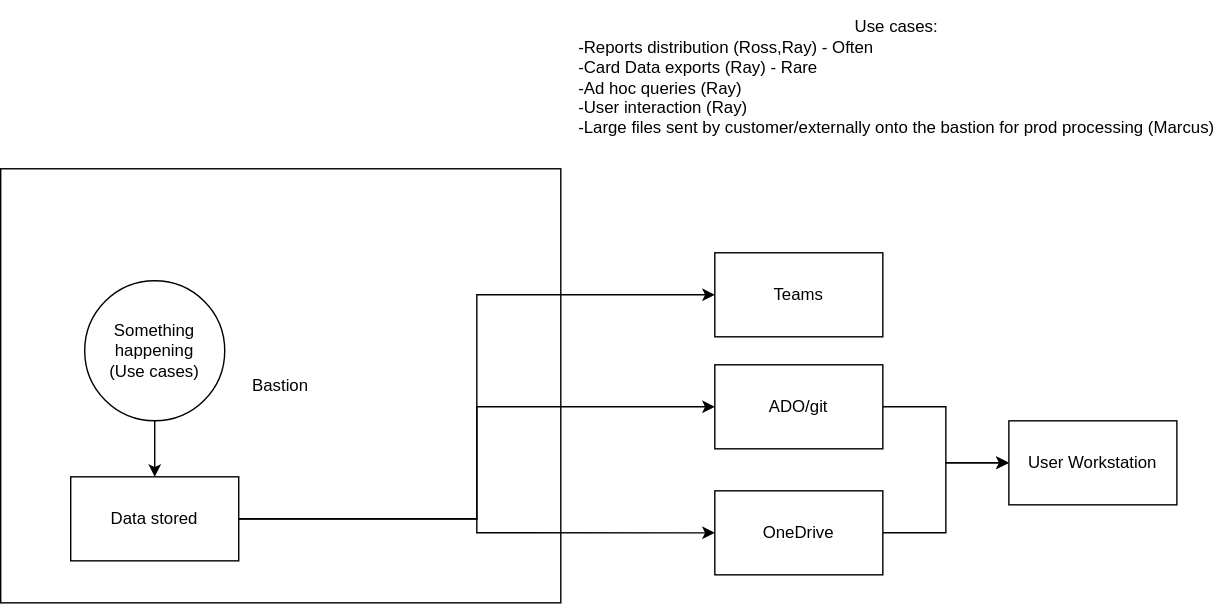
The draw.io diagram SharedData.svg in vjavle/invoicecloud, before a commit. Source tidied: cells renumbered, new cells last; positions are measured from the earlier drawing's top-left corner, leaving out a move shared by most shapes.
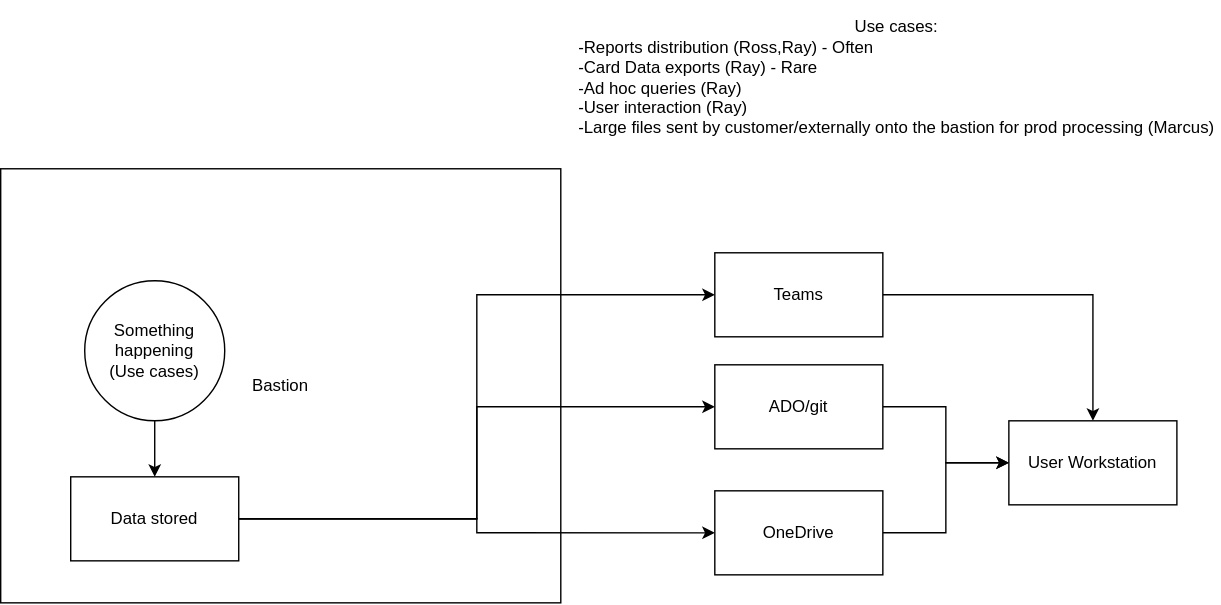
After the commit.

Change to the diagram source:
```diff
@@ -38,6 +38,9 @@
     <mxCell id="13" value="ADO/git" style="rounded=0;whiteSpace=wrap;html=1;" parent="1" vertex="1">
       <mxGeometry x="510" y="260" width="120" height="60" as="geometry" />
     </mxCell>
+    <mxCell id="16" style="edgeStyle=orthogonalEdgeStyle;rounded=0;jettySize=auto;html=1;" parent="1" edge="1" source="14" target="9">
+      <mxGeometry relative="1" as="geometry" />
+    </mxCell>
     <mxCell id="14" value="Teams" style="rounded=0;whiteSpace=wrap;html=1;" parent="1" vertex="1">
       <mxGeometry x="510" y="180" width="120" height="60" as="geometry" />
     </mxCell>
```
